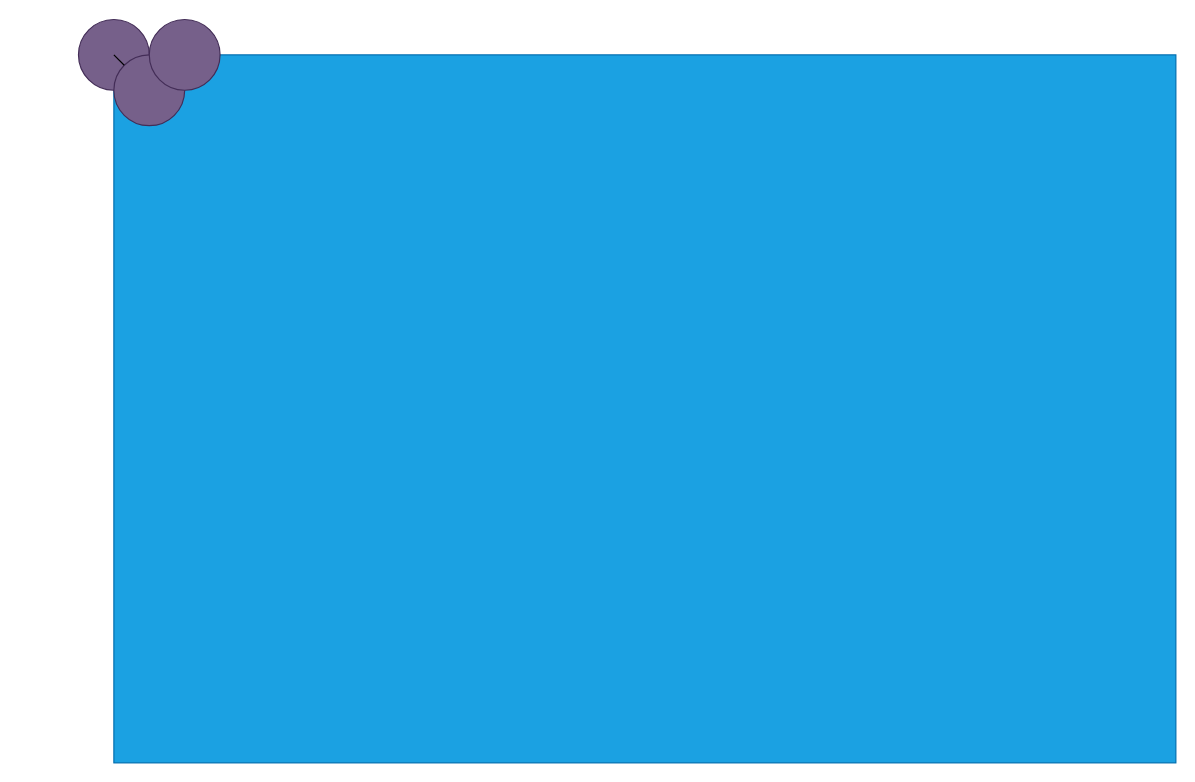
Before: circle testing.drawio in ACFleming/DroneThesis, a draw.io diagram. Source tidied: cells renumbered, new cells numbered last; positions are measured from the earlier drawing's top-left corner, leaving out a move shared by most shapes. Both pictures are drawn from the tidied source at 118%, with x=0, y=0 at pixel (78, 19).
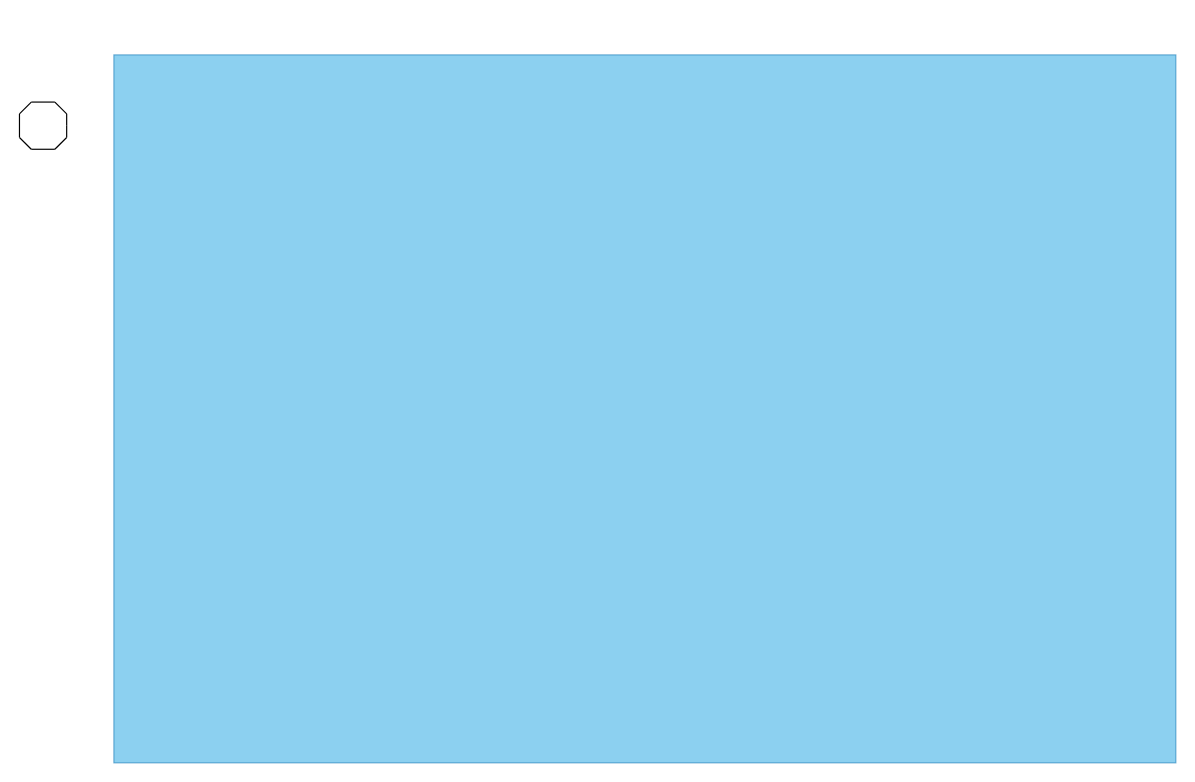
After the change.

Commit message (it also covers changes not shown here):
Have idea with octagons

What changed in the source:
```diff
@@
-    <mxCell id="2" style="rounded=0;whiteSpace=wrap;html=1;fillColor=#1ba1e2;strokeColor=#006EAF;fontColor=#ffffff;" parent="1" vertex="1">
+    <mxCell id="2" style="rounded=0;whiteSpace=wrap;html=1;fillColor=#1ba1e2;strokeColor=#006EAF;fontColor=#ffffff;opacity=50;" parent="1" vertex="1">
       <mxGeometry x="30" y="30" width="900" height="600" as="geometry" />
     </mxCell>
-    <mxCell id="3" style="ellipse;whiteSpace=wrap;html=1;shadow=0;fillColor=#76608a;strokeColor=#432D57;fontColor=#ffffff;" parent="1" vertex="1">
-      <mxGeometry width="60" height="60" as="geometry" />
-    </mxCell>
-    <mxCell id="4" style="ellipse;whiteSpace=wrap;html=1;shadow=0;fillColor=#76608a;strokeColor=#432D57;fontColor=#ffffff;" parent="1" vertex="1">
-      <mxGeometry x="30" y="30" width="60" height="60" as="geometry" />
-    </mxCell>
-    <mxCell id="5" style="ellipse;whiteSpace=wrap;html=1;shadow=0;fillColor=#76608a;strokeColor=#432D57;fontColor=#ffffff;" parent="1" vertex="1">
-      <mxGeometry x="60" width="60" height="60" as="geometry" />
-    </mxCell>
-    <mxCell id="6" style="endArrow=none;html=1;rounded=0;" parent="1" edge="1" target="4">
-      <mxGeometry relative="1" as="geometry">
-        <mxPoint x="30" y="30" as="sourcePoint" />
-      </mxGeometry>
-    </mxCell>
+    <mxCell id="7" style="endArrow=none;html=1;" parent="1" edge="1">
+      <mxGeometry relative="1" as="geometry">
+        <mxPoint x="-40" y="70" as="sourcePoint" />
+        <mxPoint x="-20" y="70" as="targetPoint" />
+      </mxGeometry>
+    </mxCell>
+    <mxCell id="8" style="endArrow=none;html=1;" parent="1" edge="1">
+      <mxGeometry relative="1" as="geometry">
+        <mxPoint x="-20" y="70" as="sourcePoint" />
+        <mxPoint x="-10" y="80" as="targetPoint" />
+      </mxGeometry>
+    </mxCell>
+    <mxCell id="9" style="endArrow=none;html=1;" parent="1" edge="1">
+      <mxGeometry relative="1" as="geometry">
+        <mxPoint x="-10" y="80" as="sourcePoint" />
+        <mxPoint x="-10" y="90" as="targetPoint" />
+      </mxGeometry>
+    </mxCell>
+    <mxCell id="10" style="endArrow=none;html=1;" parent="1" edge="1">
+      <mxGeometry relative="1" as="geometry">
+        <mxPoint x="-10" y="90" as="sourcePoint" />
+        <mxPoint x="-10" y="100" as="targetPoint" />
+      </mxGeometry>
+    </mxCell>
+    <mxCell id="11" style="endArrow=none;html=1;" parent="1" edge="1">
+      <mxGeometry relative="1" as="geometry">
+        <mxPoint x="-10" y="100" as="sourcePoint" />
+        <mxPoint x="-20" y="110" as="targetPoint" />
+      </mxGeometry>
+    </mxCell>
+    <mxCell id="12" style="endArrow=none;html=1;" parent="1" edge="1">
+      <mxGeometry relative="1" as="geometry">
+        <mxPoint x="-20" y="110" as="sourcePoint" />
+        <mxPoint x="-40" y="110" as="targetPoint" />
+      </mxGeometry>
+    </mxCell>
+    <mxCell id="13" style="endArrow=none;html=1;" parent="1" edge="1">
+      <mxGeometry relative="1" as="geometry">
+        <mxPoint x="-40" y="110" as="sourcePoint" />
+        <mxPoint x="-50" y="100" as="targetPoint" />
+      </mxGeometry>
+    </mxCell>
+    <mxCell id="14" style="endArrow=none;html=1;" parent="1" edge="1">
+      <mxGeometry relative="1" as="geometry">
+        <mxPoint x="-50" y="80" as="sourcePoint" />
+        <mxPoint x="-50" y="100" as="targetPoint" />
+      </mxGeometry>
+    </mxCell>
+    <mxCell id="15" style="endArrow=none;html=1;" parent="1" edge="1">
+      <mxGeometry relative="1" as="geometry">
+        <mxPoint x="-40" y="70" as="sourcePoint" />
+        <mxPoint x="-50" y="80" as="targetPoint" />
+      </mxGeometry>
+    </mxCell>
```
